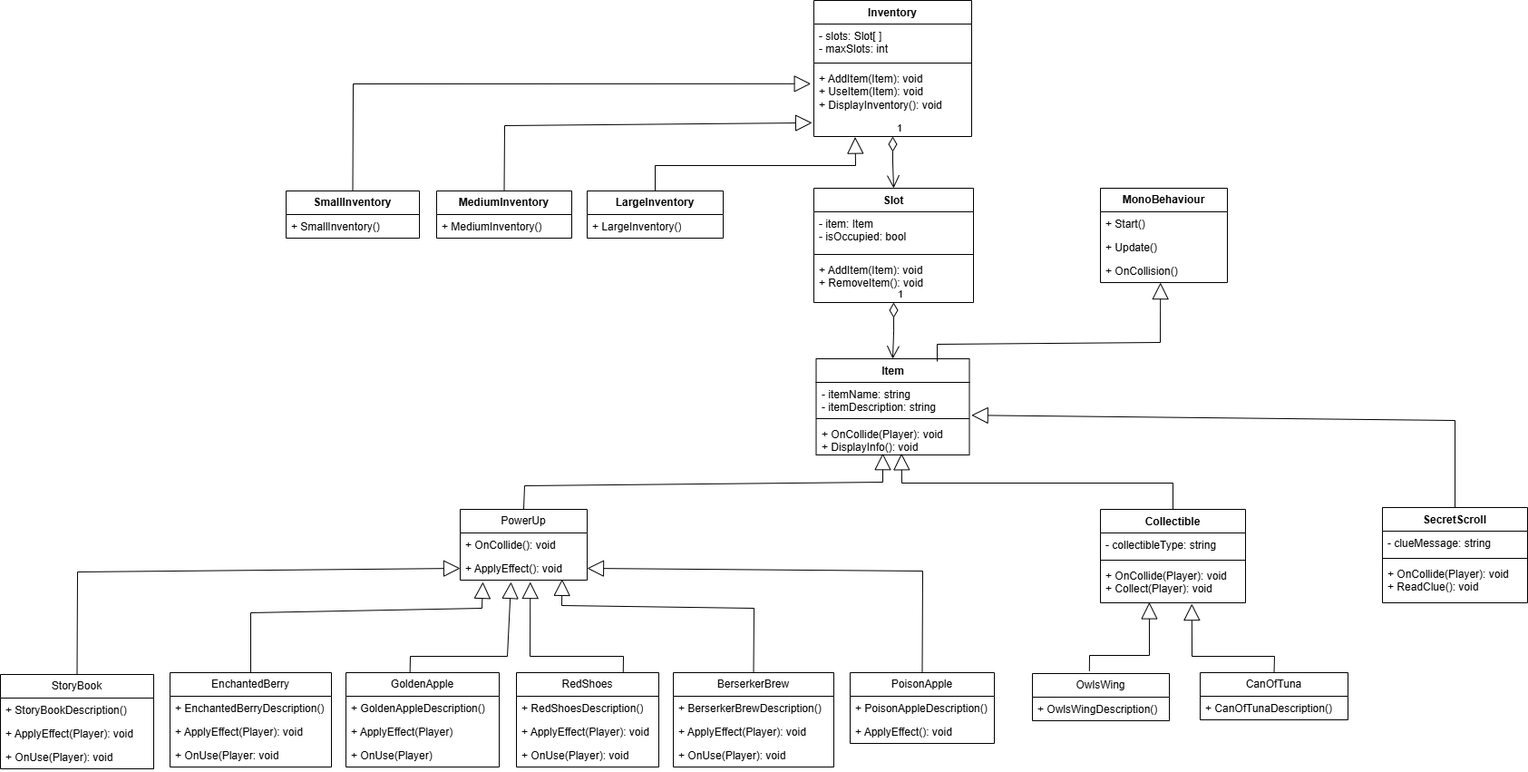
Before: Docs/tl4/Shan Peck Class Diagram.drawio.png, a diagram exported from draw.io (GreenSkyGames/Breaking-Red). Source tidied: cells renumbered, new cells last; positions are measured from the earlier drawing's top-left corner, leaving out a move shared by most shapes.
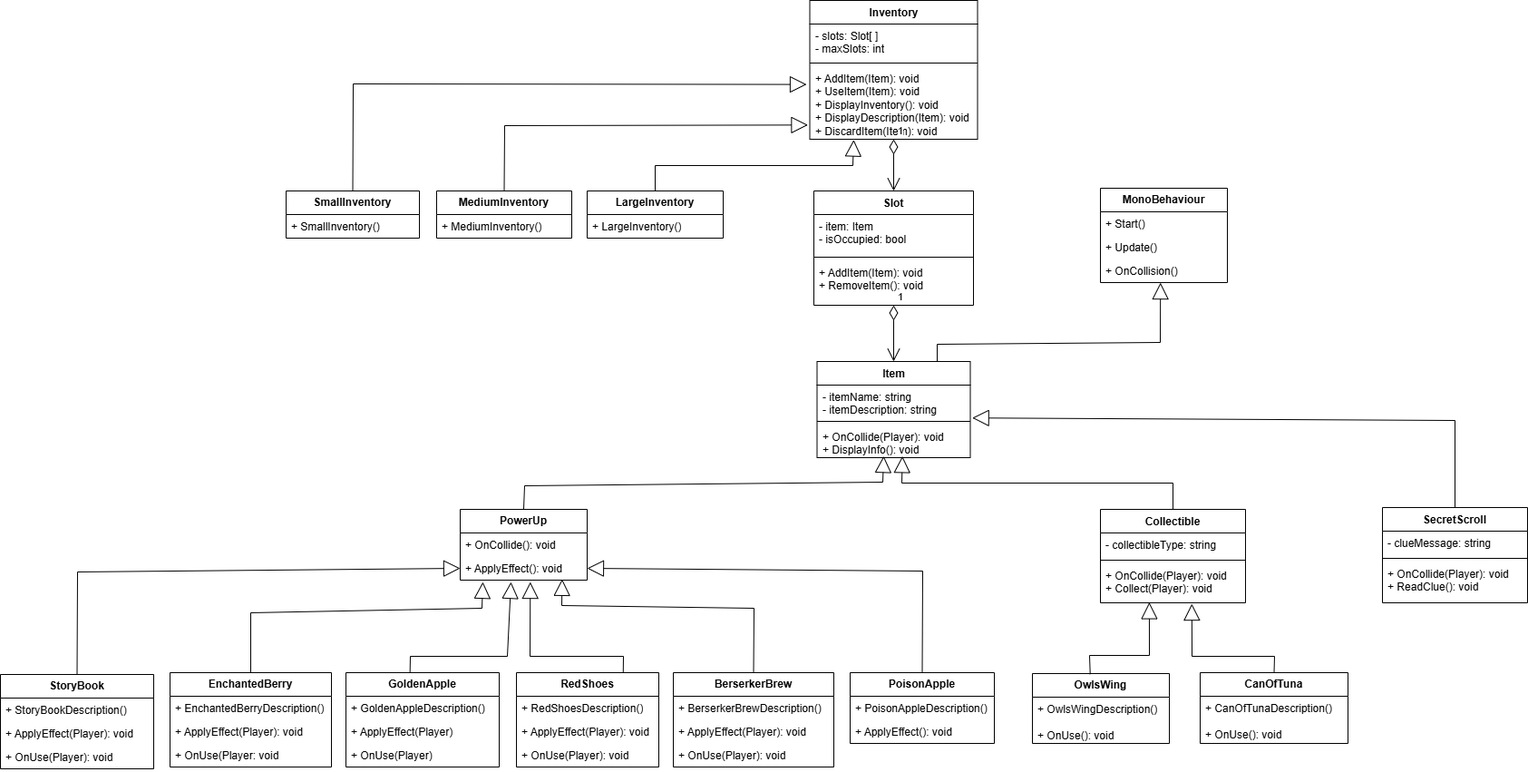
Above is the later version.

Commit message:
Add Shan Peck Champion

Change to the diagram source:
```diff
@@ -3,19 +3,19 @@
     <mxCell id="0" />
     <mxCell id="1" parent="0" />
     <mxCell id="2" value="Inventory" style="swimlane;fontStyle=1;align=center;verticalAlign=top;horizontal=1;startSize=26;whiteSpace=wrap;html=1;" parent="1" vertex="1">
-      <mxGeometry x="897" width="174" height="150" as="geometry" />
+      <mxGeometry x="892.5" width="185" height="153" as="geometry" />
     </mxCell>
     <mxCell id="3" value="- slots: Slot[ ]&lt;div&gt;- maxSlots: int&lt;/div&gt;" style="text;strokeColor=none;fillColor=none;align=left;verticalAlign=top;spacingLeft=4;spacingRight=4;overflow=hidden;whiteSpace=wrap;html=1;" parent="2" vertex="1">
-      <mxGeometry y="26" width="174" height="39" as="geometry" />
+      <mxGeometry y="26" width="185" height="39" as="geometry" />
     </mxCell>
     <mxCell id="4" style="line;strokeWidth=1;fillColor=none;align=left;verticalAlign=middle;spacingTop=-1;spacingLeft=3;spacingRight=3;labelPosition=right;strokeColor=inherit;" parent="2" vertex="1">
-      <mxGeometry y="65" width="174" height="8" as="geometry" />
+      <mxGeometry y="65" width="185" height="8" as="geometry" />
     </mxCell>
-    <mxCell id="5" value="+ AddItem(Item): void&lt;div&gt;+ UseItem(Item): void&lt;/div&gt;&lt;div&gt;+ DisplayInventory(): void&lt;/div&gt;" style="text;strokeColor=none;fillColor=none;align=left;verticalAlign=top;spacingLeft=4;spacingRight=4;overflow=hidden;points=[[0,0.5],[1,0.5]];portConstraint=eastwest;whiteSpace=wrap;html=1;" parent="2" vertex="1">
-      <mxGeometry y="73" width="174" height="77" as="geometry" />
+    <mxCell id="5" value="+ AddItem(Item): void&lt;div&gt;+ UseItem(Item): void&lt;/div&gt;&lt;div&gt;+ DisplayInventory(): void&lt;/div&gt;&lt;div&gt;+ DisplayDescription(Item): void&lt;/div&gt;&lt;div&gt;+ DiscardItem(Item): void&lt;/div&gt;" style="text;strokeColor=none;fillColor=none;align=left;verticalAlign=top;spacingLeft=4;spacingRight=4;overflow=hidden;points=[[0,0.5],[1,0.5]];portConstraint=eastwest;whiteSpace=wrap;html=1;" parent="2" vertex="1">
+      <mxGeometry y="73" width="185" height="80" as="geometry" />
     </mxCell>
     <mxCell id="6" value="Item" style="swimlane;fontStyle=1;align=center;verticalAlign=top;horizontal=1;startSize=26;whiteSpace=wrap;html=1;" parent="1" vertex="1">
-      <mxGeometry x="899.5" y="395" width="169" height="106" as="geometry" />
+      <mxGeometry x="900.5" y="398" width="169" height="106" as="geometry" />
     </mxCell>
     <mxCell id="7" value="- itemName: string&lt;div&gt;- itemDescription: string&lt;/div&gt;" style="text;strokeColor=none;fillColor=none;align=left;verticalAlign=top;spacingLeft=4;spacingRight=4;overflow=hidden;whiteSpace=wrap;html=1;" parent="6" vertex="1">
       <mxGeometry y="26" width="169" height="36" as="geometry" />
@@ -58,7 +58,7 @@
         </Array>
       </mxGeometry>
     </mxCell>
-    <mxCell id="14" style="endArrow=block;endSize=16;endFill=0;html=1;rounded=0;exitX=0.416;exitY=-0.054;exitDx=0;exitDy=0;exitPerimeter=0;entryX=0.337;entryY=0.988;entryDx=0;entryDy=0;entryPerimeter=0;" parent="1" edge="1" source="56" target="30">
+    <mxCell id="14" style="endArrow=block;endSize=16;endFill=0;html=1;rounded=0;exitX=0.422;exitY=0.009;exitDx=0;exitDy=0;exitPerimeter=0;entryX=0.337;entryY=0.988;entryDx=0;entryDy=0;entryPerimeter=0;" parent="1" edge="1" source="56" target="30">
       <mxGeometry relative="1" as="geometry">
         <Array as="points">
           <mxPoint x="1201" y="722" />
@@ -99,7 +99,7 @@
       <mxGeometry y="60" width="160" height="45" as="geometry" />
     </mxCell>
     <mxCell id="22" value="Slot" style="swimlane;fontStyle=1;align=center;verticalAlign=top;horizontal=1;startSize=26;whiteSpace=wrap;html=1;" parent="1" vertex="1">
-      <mxGeometry x="897" y="207" width="176" height="126" as="geometry" />
+      <mxGeometry x="897" y="210" width="176" height="126" as="geometry" />
     </mxCell>
     <mxCell id="23" value="- item: Item&lt;div&gt;- isOccupied: bool&lt;/div&gt;" style="text;strokeColor=none;fillColor=none;align=left;verticalAlign=top;spacingLeft=4;spacingRight=4;overflow=hidden;whiteSpace=wrap;html=1;" parent="22" vertex="1">
       <mxGeometry y="26" width="176" height="43" as="geometry" />
@@ -125,7 +125,7 @@
     <mxCell id="30" value="+ OnCollide(Player): void&lt;div&gt;+ Collect(Player): void&lt;/div&gt;" style="text;strokeColor=none;fillColor=none;align=left;verticalAlign=top;spacingLeft=4;spacingRight=4;overflow=hidden;points=[[0,0.5],[1,0.5]];portConstraint=eastwest;whiteSpace=wrap;html=1;" parent="27" vertex="1">
       <mxGeometry y="60" width="160" height="43" as="geometry" />
     </mxCell>
-    <mxCell id="31" value="GoldenApple" style="swimlane;fontStyle=0;horizontal=1;startSize=26;fillColor=none;whiteSpace=wrap;html=1;" parent="1" vertex="1">
+    <mxCell id="31" value="&lt;b&gt;GoldenApple&lt;/b&gt;" style="swimlane;fontStyle=0;horizontal=1;startSize=26;fillColor=none;whiteSpace=wrap;html=1;" parent="1" vertex="1">
       <mxGeometry x="381" y="741" width="169" height="104" as="geometry" />
     </mxCell>
     <mxCell id="32" value="+ GoldenAppleDescription()" style="text;strokeColor=none;fillColor=none;align=left;verticalAlign=top;spacingLeft=4;spacingRight=4;overflow=hidden;whiteSpace=wrap;html=1;" parent="31" vertex="1">
@@ -137,7 +137,7 @@
     <mxCell id="34" value="+ OnUse(Player)" style="text;strokeColor=none;fillColor=none;align=left;verticalAlign=top;spacingLeft=4;spacingRight=4;overflow=hidden;whiteSpace=wrap;html=1;" parent="31" vertex="1">
       <mxGeometry y="78" width="169" height="26" as="geometry" />
     </mxCell>
-    <mxCell id="35" value="RedShoes" style="swimlane;fontStyle=0;horizontal=1;startSize=26;fillColor=none;whiteSpace=wrap;html=1;" parent="1" vertex="1">
+    <mxCell id="35" value="&lt;b&gt;RedShoes&lt;/b&gt;" style="swimlane;fontStyle=0;horizontal=1;startSize=26;fillColor=none;whiteSpace=wrap;html=1;" parent="1" vertex="1">
       <mxGeometry x="569" y="741" width="157" height="104" as="geometry" />
     </mxCell>
     <mxCell id="36" value="+ RedShoesDescription()" style="text;strokeColor=none;fillColor=none;align=left;verticalAlign=top;spacingLeft=4;spacingRight=4;overflow=hidden;whiteSpace=wrap;html=1;" parent="35" vertex="1">
@@ -149,7 +149,7 @@
     <mxCell id="38" value="+ OnUse(Player): void" style="text;strokeColor=none;fillColor=none;align=left;verticalAlign=top;spacingLeft=4;spacingRight=4;overflow=hidden;whiteSpace=wrap;html=1;" parent="35" vertex="1">
       <mxGeometry y="78" width="157" height="26" as="geometry" />
     </mxCell>
-    <mxCell id="39" value="BerserkerBrew" style="swimlane;fontStyle=0;horizontal=1;startSize=26;fillColor=none;whiteSpace=wrap;html=1;" parent="1" vertex="1">
+    <mxCell id="39" value="&lt;b&gt;BerserkerBrew&lt;/b&gt;" style="swimlane;fontStyle=0;horizontal=1;startSize=26;fillColor=none;whiteSpace=wrap;html=1;" parent="1" vertex="1">
       <mxGeometry x="742" y="741" width="177" height="104" as="geometry" />
     </mxCell>
     <mxCell id="40" value="+ BerserkerBrewDescription()" style="text;strokeColor=none;fillColor=none;align=left;verticalAlign=top;spacingLeft=4;spacingRight=4;overflow=hidden;whiteSpace=wrap;html=1;" parent="39" vertex="1">
@@ -161,7 +161,7 @@
     <mxCell id="42" value="+ OnUse(Player): void" style="text;strokeColor=none;fillColor=none;align=left;verticalAlign=top;spacingLeft=4;spacingRight=4;overflow=hidden;whiteSpace=wrap;html=1;" parent="39" vertex="1">
       <mxGeometry y="78" width="177" height="26" as="geometry" />
     </mxCell>
-    <mxCell id="43" value="EnchantedBerry" style="swimlane;fontStyle=0;horizontal=1;startSize=26;fillColor=none;whiteSpace=wrap;html=1;" parent="1" vertex="1">
+    <mxCell id="43" value="&lt;b&gt;EnchantedBerry&lt;/b&gt;" style="swimlane;fontStyle=0;horizontal=1;startSize=26;fillColor=none;whiteSpace=wrap;html=1;" parent="1" vertex="1">
       <mxGeometry x="187" y="741" width="178" height="104" as="geometry" />
     </mxCell>
     <mxCell id="44" value="+ EnchantedBerryDescription()" style="text;strokeColor=none;fillColor=none;align=left;verticalAlign=top;spacingLeft=4;spacingRight=4;overflow=hidden;whiteSpace=wrap;html=1;" parent="43" vertex="1">
@@ -173,7 +173,7 @@
     <mxCell id="46" value="+ OnUse(Player: void" style="text;strokeColor=none;fillColor=none;align=left;verticalAlign=top;spacingLeft=4;spacingRight=4;overflow=hidden;whiteSpace=wrap;html=1;" parent="43" vertex="1">
       <mxGeometry y="78" width="178" height="26" as="geometry" />
     </mxCell>
-    <mxCell id="47" value="StoryBook" style="swimlane;fontStyle=0;horizontal=1;startSize=26;fillColor=none;whiteSpace=wrap;html=1;" parent="1" vertex="1">
+    <mxCell id="47" value="&lt;b&gt;StoryBook&lt;/b&gt;" style="swimlane;fontStyle=0;horizontal=1;startSize=26;fillColor=none;whiteSpace=wrap;html=1;" parent="1" vertex="1">
       <mxGeometry y="743" width="169" height="104" as="geometry" />
     </mxCell>
     <mxCell id="48" value="+ StoryBookDescription()" style="text;strokeColor=none;fillColor=none;align=left;verticalAlign=top;spacingLeft=4;spacingRight=4;overflow=hidden;whiteSpace=wrap;html=1;" parent="47" vertex="1">
@@ -185,7 +185,7 @@
     <mxCell id="50" value="+ OnUse(Player): void" style="text;strokeColor=none;fillColor=none;align=left;verticalAlign=top;spacingLeft=4;spacingRight=4;overflow=hidden;whiteSpace=wrap;html=1;" parent="47" vertex="1">
       <mxGeometry y="78" width="169" height="26" as="geometry" />
     </mxCell>
-    <mxCell id="51" value="PoisonApple" style="swimlane;fontStyle=0;horizontal=1;startSize=26;fillColor=none;whiteSpace=wrap;html=1;" parent="1" vertex="1">
+    <mxCell id="51" value="&lt;b&gt;PoisonApple&lt;/b&gt;" style="swimlane;fontStyle=0;horizontal=1;startSize=26;fillColor=none;whiteSpace=wrap;html=1;" parent="1" vertex="1">
       <mxGeometry x="937" y="741" width="159" height="78" as="geometry" />
     </mxCell>
     <mxCell id="52" value="+ PoisonAppleDescription()" style="text;strokeColor=none;fillColor=none;align=left;verticalAlign=top;spacingLeft=4;spacingRight=4;overflow=hidden;whiteSpace=wrap;html=1;" parent="51" vertex="1">
@@ -194,17 +194,17 @@
     <mxCell id="53" value="+ ApplyEffect(): void" style="text;strokeColor=none;fillColor=none;align=left;verticalAlign=top;spacingLeft=4;spacingRight=4;overflow=hidden;whiteSpace=wrap;html=1;" parent="51" vertex="1">
       <mxGeometry y="52" width="159" height="26" as="geometry" />
     </mxCell>
-    <mxCell id="54" value="CanOfTuna" style="swimlane;fontStyle=0;horizontal=1;startSize=26;fillColor=none;whiteSpace=wrap;html=1;" parent="1" vertex="1">
-      <mxGeometry x="1323" y="741" width="163" height="52" as="geometry" />
+    <mxCell id="54" value="&lt;b&gt;CanOfTuna&lt;/b&gt;" style="swimlane;fontStyle=0;horizontal=1;startSize=26;fillColor=none;whiteSpace=wrap;html=1;" parent="1" vertex="1">
+      <mxGeometry x="1323" y="741" width="163" height="78" as="geometry" />
     </mxCell>
-    <mxCell id="55" value="+ CanOfTunaDescription()" style="text;strokeColor=none;fillColor=none;align=left;verticalAlign=top;spacingLeft=4;spacingRight=4;overflow=hidden;whiteSpace=wrap;html=1;" parent="54" vertex="1">
-      <mxGeometry y="26" width="163" height="26" as="geometry" />
+    <mxCell id="55" value="+ CanOfTunaDescription()&lt;div&gt;&lt;br&gt;&lt;div&gt;+ OnUse(): void&lt;/div&gt;&lt;/div&gt;" style="text;strokeColor=none;fillColor=none;align=left;verticalAlign=top;spacingLeft=4;spacingRight=4;overflow=hidden;whiteSpace=wrap;html=1;" parent="54" vertex="1">
+      <mxGeometry y="26" width="163" height="52" as="geometry" />
     </mxCell>
-    <mxCell id="56" value="OwlsWing" style="swimlane;fontStyle=0;horizontal=1;startSize=26;fillColor=none;whiteSpace=wrap;html=1;" parent="1" vertex="1">
-      <mxGeometry x="1138" y="742" width="151" height="52" as="geometry" />
+    <mxCell id="56" value="&lt;b&gt;OwlsWing&lt;/b&gt;" style="swimlane;fontStyle=0;horizontal=1;startSize=26;fillColor=none;whiteSpace=wrap;html=1;" parent="1" vertex="1">
+      <mxGeometry x="1138" y="742" width="151" height="77" as="geometry" />
     </mxCell>
-    <mxCell id="57" value="+ OwlsWingDescription()" style="text;strokeColor=none;fillColor=none;align=left;verticalAlign=top;spacingLeft=4;spacingRight=4;overflow=hidden;whiteSpace=wrap;html=1;" parent="56" vertex="1">
-      <mxGeometry y="26" width="151" height="26" as="geometry" />
+    <mxCell id="57" value="+ OwlsWingDescription()&lt;div&gt;&lt;br&gt;&lt;div&gt;+ OnUse(): void&lt;/div&gt;&lt;/div&gt;" style="text;strokeColor=none;fillColor=none;align=left;verticalAlign=top;spacingLeft=4;spacingRight=4;overflow=hidden;whiteSpace=wrap;html=1;" parent="56" vertex="1">
+      <mxGeometry y="26" width="151" height="51" as="geometry" />
     </mxCell>
     <mxCell id="58" value="&lt;b&gt;MonoBehaviour&lt;/b&gt;" style="swimlane;fontStyle=0;horizontal=1;startSize=26;fillColor=none;whiteSpace=wrap;html=1;" parent="1" vertex="1">
       <mxGeometry x="1213" y="207" width="140" height="104" as="geometry" />
@@ -254,11 +254,11 @@
       <mxGeometry relative="1" as="geometry">
         <Array as="points">
           <mxPoint x="722" y="182" />
-          <mxPoint x="943" y="182" />
+          <mxPoint x="940" y="182" />
         </Array>
       </mxGeometry>
     </mxCell>
-    <mxCell id="71" value="PowerUp" style="swimlane;fontStyle=0;horizontal=1;startSize=26;fillColor=none;whiteSpace=wrap;html=1;" parent="1" vertex="1">
+    <mxCell id="71" value="&lt;b&gt;PowerUp&lt;/b&gt;" style="swimlane;fontStyle=0;horizontal=1;startSize=26;fillColor=none;whiteSpace=wrap;html=1;" parent="1" vertex="1">
       <mxGeometry x="507" y="561" width="140" height="78" as="geometry" />
     </mxCell>
     <mxCell id="72" value="+ OnCollide(): void" style="text;strokeColor=none;fillColor=none;align=left;verticalAlign=top;spacingLeft=4;spacingRight=4;overflow=hidden;whiteSpace=wrap;html=1;" parent="71" vertex="1">
```
